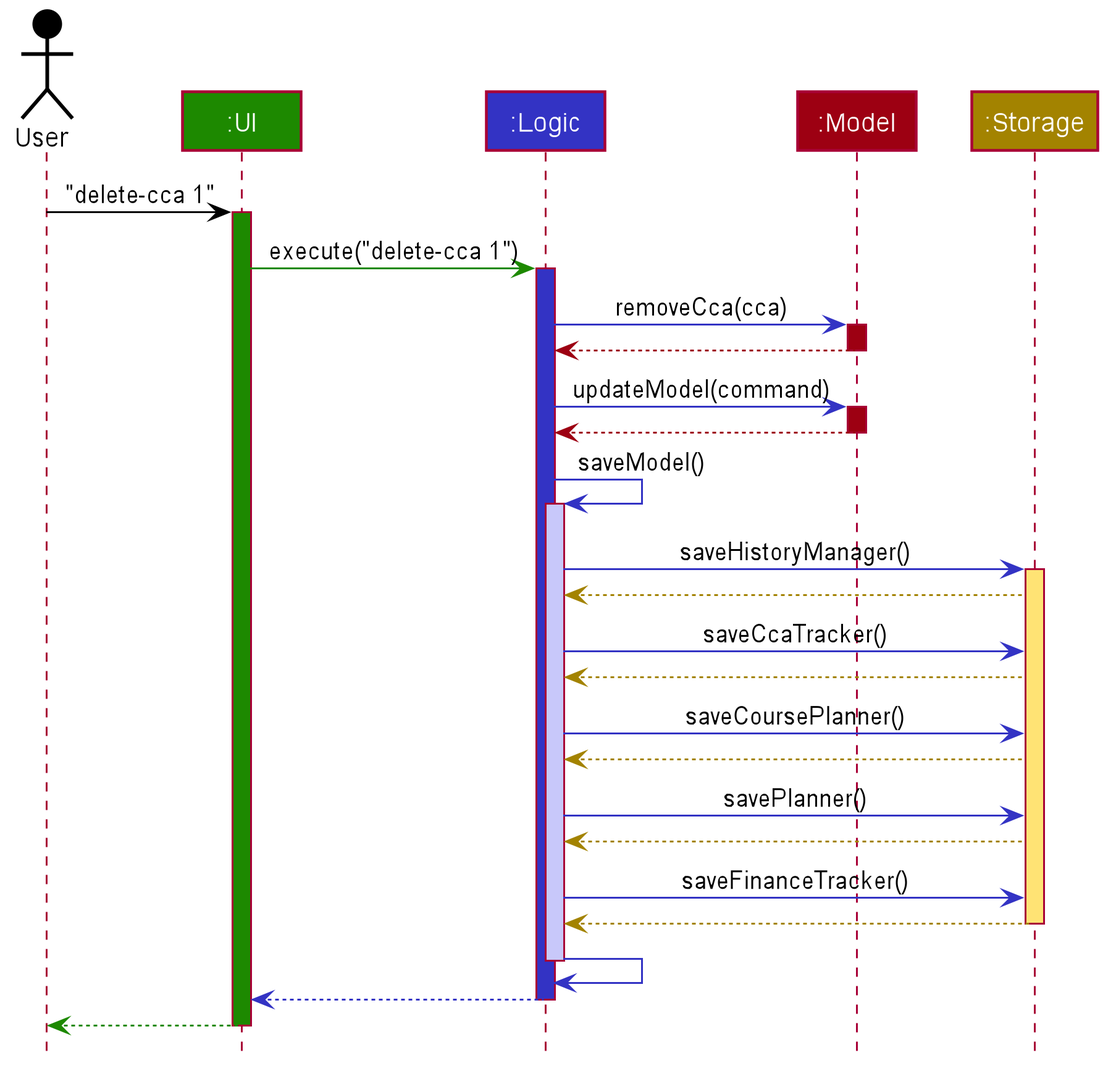
nus-cs2103-AY1920S1/addressbook-level3 keeps this PlantUML diagram as docs/images/JarvisArchitectureSequenceDiagram.png. Above is the earlier version. Its diagram source:
```plantuml
@startuml








skinparam BackgroundColor #FFFFFFF

skinparam Shadowing false

skinparam Class {
    FontColor #FFFFFF
    BorderThickness 1
    BorderColor #FFFFFF
    StereotypeFontColor #FFFFFF
    FontName Arial
    ClassAttributeFontColor #FFFFFFF
}

skinparam Actor {
    BorderColor #000000
    Color #000000
    FontName Arial
}

skinparam Sequence {
    MessageAlign center
    BoxFontSize 15
    BoxPadding 0
    BoxFontColor #FFFFFF
    FontName Arial
}

skinparam Participant {
    FontColor #FFFFFFF
    Padding 20
}

skinparam MinClassWidth 50
skinparam ParticipantPadding 10
skinparam Shadowing false
skinparam DefaultTextAlignment center
skinparam packageStyle Rectangle

hide footbox
hide circle

Actor User as user #000000
Participant ":UI" as ui #1D8900
Participant ":Logic" as logic #3333C4
Participant ":Model" as model #9D0012
Participant ":Storage" as storage #A38300

user -[#000000]> ui : "delete-cca 1"
activate ui #1D8900

ui -[#1D8900]> logic : execute("delete-cca 1")
activate logic #3333C4

logic -[#3333C4]> model : removeCca(cca)
activate model #9D0012

model -[#9D0012]-> logic
deactivate model

logic -[#3333C4]> model : updateModel(command)
activate model #9D0012

model -[#9D0012]-> logic
deactivate model

logic -[#3333C4]> logic : saveModel()
activate logic #C8C8FA

logic -[#3333C4]> storage : saveHistoryManager()
activate storage #FFE374
storage --[#A38300]> logic
logic -[#3333C4]> storage : saveCcaTracker()
storage --[#A38300]> logic
logic -[#3333C4]> storage : saveCoursePlanner()
storage --[#A38300]> logic
logic -[#3333C4]> storage : savePlanner()
storage --[#A38300]> logic
logic -[#3333C4]> storage : saveFinanceTracker()
storage --[#A38300]> logic
deactivate storage
logic -[#3333C4]> logic :
deactivate logic

deactivate storage

logic --[#3333C4]> ui
deactivate logic

ui--[#1D8900]> user
deactivate ui
@enduml
```
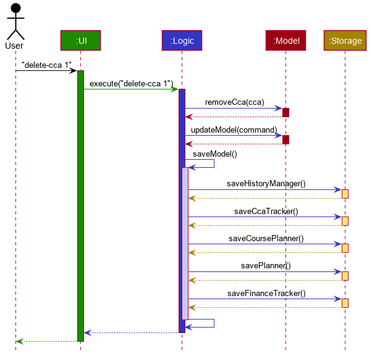
Later version of the same file.

What changed in the source:
```diff
@@ -78,13 +78,25 @@
 logic -[#3333C4]> storage : saveHistoryManager()
 activate storage #FFE374
 storage --[#A38300]> logic
+deactivate storage
+
 logic -[#3333C4]> storage : saveCcaTracker()
+activate storage #FFE374
 storage --[#A38300]> logic
+deactivate storage
+
 logic -[#3333C4]> storage : saveCoursePlanner()
+activate storage #FFE374
 storage --[#A38300]> logic
+deactivate storage
+
 logic -[#3333C4]> storage : savePlanner()
+activate storage #FFE374
 storage --[#A38300]> logic
+deactivate storage
+
 logic -[#3333C4]> storage : saveFinanceTracker()
+activate storage #FFE374
 storage --[#A38300]> logic
 deactivate storage
 logic -[#3333C4]> logic :
```
